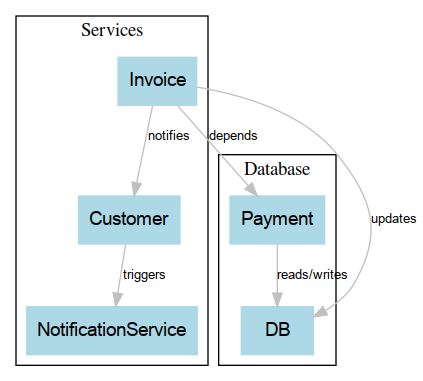
testitquickly/bystro.linux keeps this Graphviz diagram as Software/GraphViz/diagram007.png. Above is the earlier version. Its source is kept beside it as Software/GraphViz/diagram007.dot. The source it was exported from:
```dot
digraph ImpactGraph {
	node [shape=box, style=filled, color=lightblue, fontname="Arial"];
	edge [fontname="Arial", fontsize=10, color=gray];

	Invoice -> Payment [label="depends"];
	Invoice -> DB [label="updates"];
	Payment -> DB [label="reads/writes"];
	Invoice -> Customer [label="notifies"];
	Customer -> NotificationService [label="triggers"];

	subgraph cluster_db {
		label="Database";
		DB;
		Payment;
	}

	subgraph cluster_services {
		label="Services";
		Invoice;
		NotificationService;
		Customer;
	}
}
```
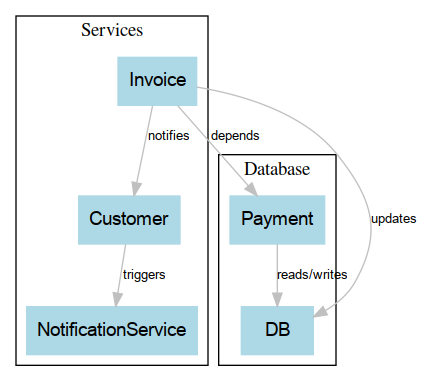
After the change.

Diff of the diagram source:
```diff
@@ -1,12 +1,6 @@
 digraph ImpactGraph {
 	node [shape=box, style=filled, color=lightblue, fontname="Arial"];
 	edge [fontname="Arial", fontsize=10, color=gray];
-
-	Invoice -> Payment [label="depends"];
-	Invoice -> DB [label="updates"];
-	Payment -> DB [label="reads/writes"];
-	Invoice -> Customer [label="notifies"];
-	Customer -> NotificationService [label="triggers"];
 
 	subgraph cluster_db {
 		label="Database";
@@ -20,4 +14,11 @@
 		NotificationService;
 		Customer;
 	}
+
+	Invoice -> Payment [label="depends"];
+	Invoice -> DB [label="updates"];
+	Payment -> DB [label="reads/writes"];
+	Invoice -> Customer [label="notifies"];
+	Customer -> NotificationService [label="triggers"];
+
 }
```
